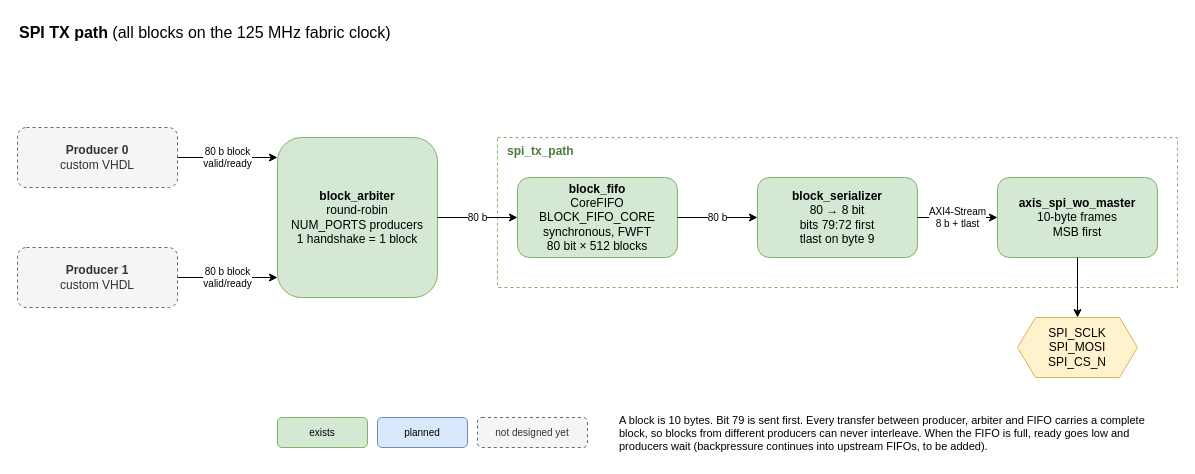
This is documentation/spi_tx_path.drawio from jenswilly/polarfire_simple, a draw.io file, before an edit. Source tidied: cells renumbered, new cells numbered last; positions are measured from the earlier drawing's top-left corner, leaving out a move shared by most shapes. Both pictures are drawn from the tidied source at 100%, with x=0, y=0 at pixel (17, 17).
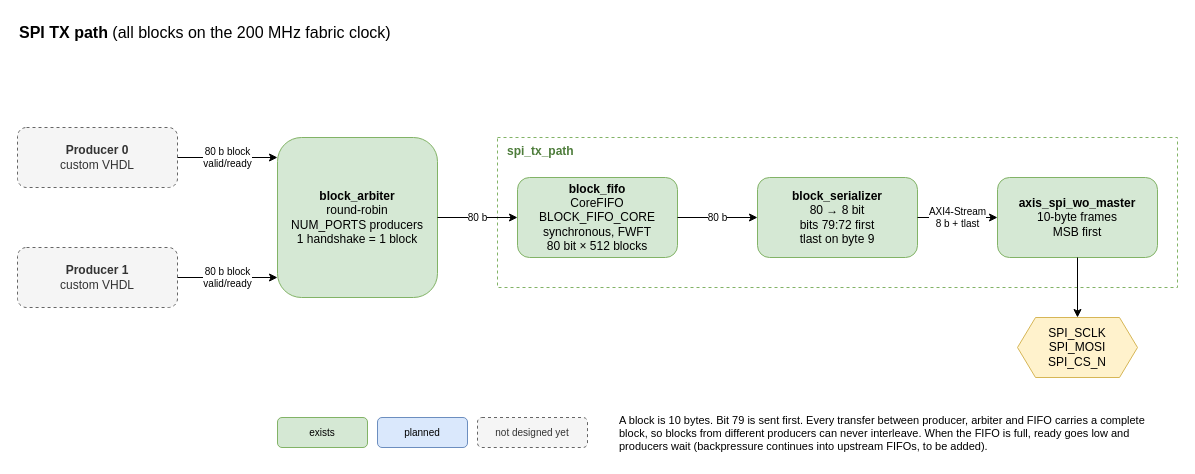
The same diagram, later.

The edit, as a diff of the source:
```diff
@@
-    <mxCell id="2" value="&lt;b&gt;SPI TX path&lt;/b&gt; (all blocks on the 125 MHz fabric clock)" style="text;html=1;align=left;verticalAlign=middle;fontSize=16;" parent="1" vertex="1">
+    <mxCell id="2" value="&lt;b&gt;SPI TX path&lt;/b&gt; (all blocks on the 200 MHz fabric clock)" style="text;html=1;align=left;verticalAlign=middle;fontSize=16;" parent="1" vertex="1">
       <mxGeometry width="600" height="30" as="geometry" />
     </mxCell>
```
